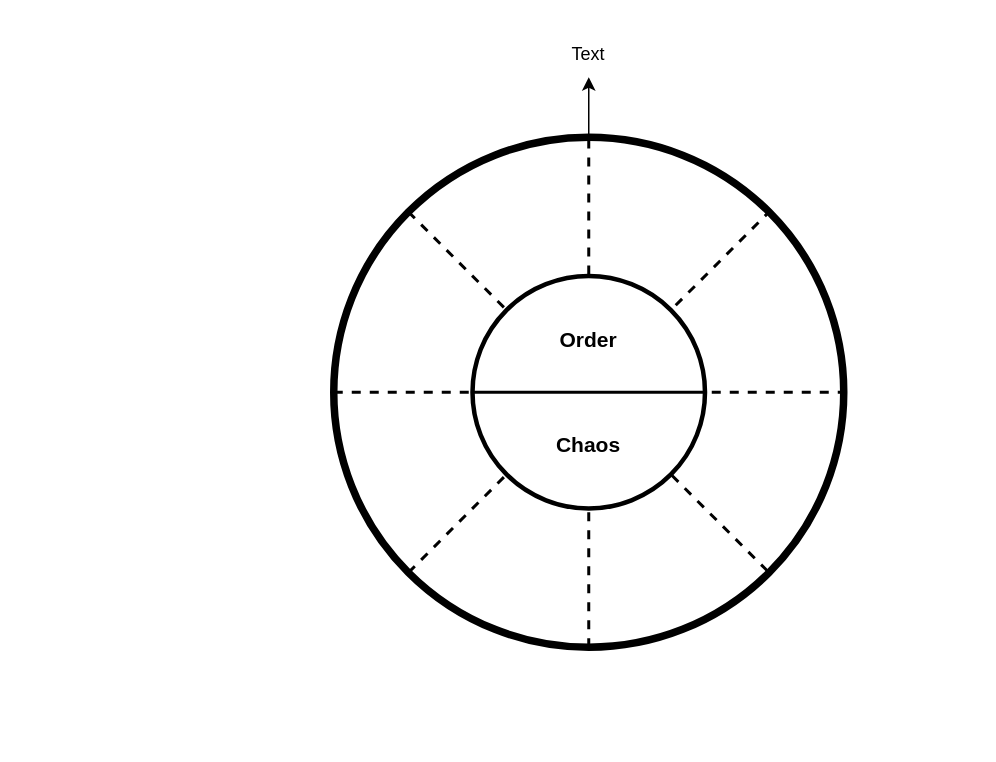
The draw.io diagram story.drawio in owenlim225/Flowcharts, before the edit. Source tidied: cells renumbered, new cells numbered last; positions are measured from the earlier drawing's top-left corner, leaving out a move shared by most shapes. Both pictures are drawn from the tidied source at 150%, with x=0, y=0 at pixel (333, 32).
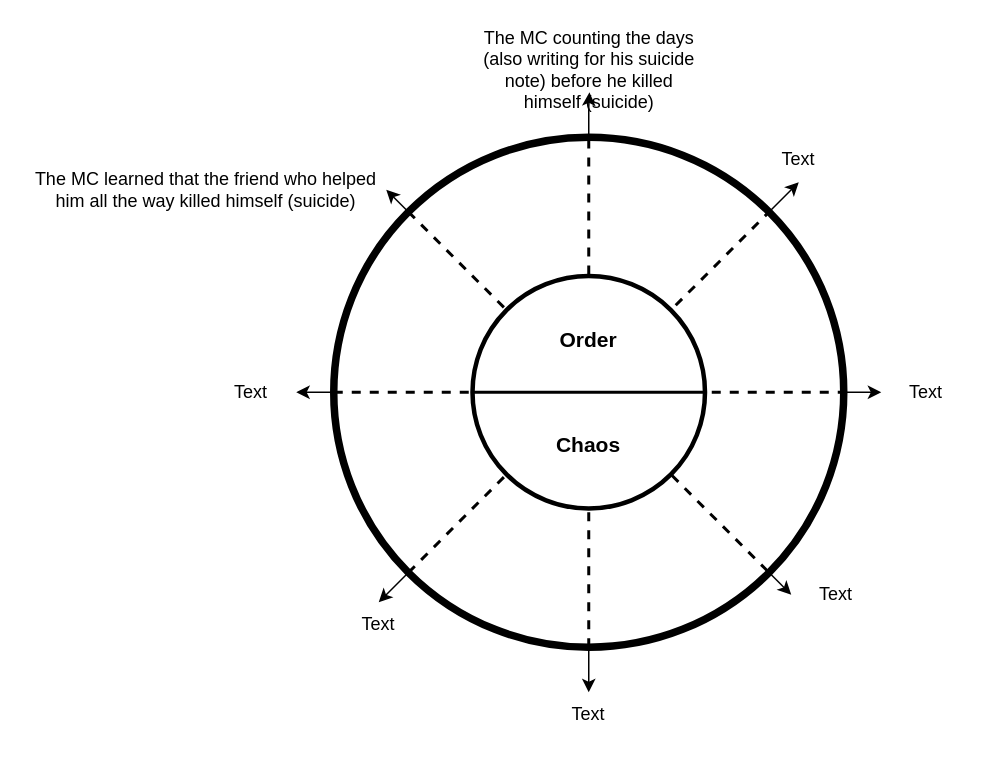
The same diagram, later.

The change refers to these unchanged cells:
```xml
<mxCell id="2" style="ellipse;whiteSpace=wrap;html=1;strokeWidth=5;" parent="1" vertex="1">
  <mxGeometry y="70" width="340" height="340" as="geometry" />
</mxCell>
```

The edit, as a diff of the source:
```diff
@@
+    <mxCell id="14" style="edgeStyle=orthogonalEdgeStyle;rounded=0;jettySize=auto;html=1;entryX=0.5;entryY=1;entryDx=0;entryDy=0;" parent="1" edge="1" source="2" target="13">
+      <mxGeometry relative="1" as="geometry" />
+    </mxCell>
@@
+    <mxCell id="15" value="Text" style="text;html=1;strokeColor=none;fillColor=none;align=center;verticalAlign=middle;whiteSpace=wrap;rounded=0;" parent="1" vertex="1">
+      <mxGeometry x="280" y="70" width="60" height="30" as="geometry" />
+    </mxCell>
-    <mxCell id="13" value="Text" style="text;html=1;strokeColor=none;fillColor=none;align=center;verticalAlign=middle;whiteSpace=wrap;rounded=0;" parent="1" vertex="1">
-      <mxGeometry x="140" width="60" height="30" as="geometry" />
+    <mxCell id="13" value="The MC counting the days (also writing for his suicide note) before he killed himself (suicide)" style="text;html=1;strokeColor=none;fillColor=none;align=center;verticalAlign=middle;whiteSpace=wrap;rounded=0;" parent="1" vertex="1">
+      <mxGeometry x="93" y="10" width="155" height="30" as="geometry" />
     </mxCell>
-    <mxCell id="14" style="endArrow=classic;html=1;rounded=0;entryX=0.5;entryY=1;entryDx=0;entryDy=0;exitX=0.5;exitY=0;exitDx=0;exitDy=0;" parent="1" edge="1" source="2" target="13">
-      <mxGeometry relative="1" as="geometry">
-        <Array as="points">
-          <mxPoint x="170" y="40" />
-        </Array>
-      </mxGeometry>
-    </mxCell>
+    <mxCell id="16" style="endArrow=classic;html=1;rounded=0;entryX=0.5;entryY=1;entryDx=0;entryDy=0;exitX=1;exitY=0;exitDx=0;exitDy=0;" parent="1" edge="1" source="2" target="15">
+      <mxGeometry relative="1" as="geometry" />
+    </mxCell>
+    <mxCell id="17" value="Text" style="text;html=1;strokeColor=none;fillColor=none;align=center;verticalAlign=middle;whiteSpace=wrap;rounded=0;" parent="1" vertex="1">
+      <mxGeometry x="365" y="225" width="60" height="30" as="geometry" />
+    </mxCell>
+    <mxCell id="18" style="endArrow=classic;html=1;rounded=0;entryX=0;entryY=0.5;entryDx=0;entryDy=0;exitX=1;exitY=0.5;exitDx=0;exitDy=0;" parent="1" edge="1" source="2" target="17">
+      <mxGeometry relative="1" as="geometry" />
+    </mxCell>
+    <mxCell id="19" value="Text" style="text;html=1;strokeColor=none;fillColor=none;align=center;verticalAlign=middle;whiteSpace=wrap;rounded=0;" parent="1" vertex="1">
+      <mxGeometry x="305" y="360" width="60" height="30" as="geometry" />
+    </mxCell>
+    <mxCell id="20" style="endArrow=classic;html=1;rounded=0;entryX=0;entryY=0.5;entryDx=0;entryDy=0;exitX=1;exitY=1;exitDx=0;exitDy=0;" parent="1" edge="1" source="2" target="19">
+      <mxGeometry relative="1" as="geometry" />
+    </mxCell>
+    <mxCell id="21" value="Text" style="text;html=1;strokeColor=none;fillColor=none;align=center;verticalAlign=middle;whiteSpace=wrap;rounded=0;" parent="1" vertex="1">
+      <mxGeometry x="140" y="440" width="60" height="30" as="geometry" />
+    </mxCell>
+    <mxCell id="22" style="endArrow=classic;html=1;rounded=0;entryX=0.5;entryY=0;entryDx=0;entryDy=0;exitX=0.5;exitY=1;exitDx=0;exitDy=0;" parent="1" edge="1" source="2" target="21">
+      <mxGeometry relative="1" as="geometry" />
+    </mxCell>
+    <mxCell id="23" value="Text" style="text;html=1;strokeColor=none;fillColor=none;align=center;verticalAlign=middle;whiteSpace=wrap;rounded=0;" parent="1" vertex="1">
+      <mxGeometry y="380" width="60" height="30" as="geometry" />
+    </mxCell>
+    <mxCell id="24" style="endArrow=classic;html=1;rounded=0;entryX=0.5;entryY=0;entryDx=0;entryDy=0;exitX=0;exitY=1;exitDx=0;exitDy=0;" parent="1" edge="1" source="2" target="23">
+      <mxGeometry relative="1" as="geometry" />
+    </mxCell>
+    <mxCell id="25" value="Text" style="text;html=1;strokeColor=none;fillColor=none;align=center;verticalAlign=middle;whiteSpace=wrap;rounded=0;" parent="1" vertex="1">
+      <mxGeometry x="-85" y="225" width="60" height="30" as="geometry" />
+    </mxCell>
+    <mxCell id="26" style="endArrow=classic;html=1;rounded=0;entryX=1;entryY=0.5;entryDx=0;entryDy=0;exitX=0;exitY=0.5;exitDx=0;exitDy=0;" parent="1" edge="1" source="2" target="25">
+      <mxGeometry relative="1" as="geometry" />
+    </mxCell>
+    <mxCell id="27" value="The MC learned that the friend who helped him all the way killed himself (suicide)" style="text;html=1;strokeColor=none;fillColor=none;align=center;verticalAlign=middle;whiteSpace=wrap;rounded=0;" parent="1" vertex="1">
+      <mxGeometry x="-205" y="90" width="240" height="30" as="geometry" />
+    </mxCell>
+    <mxCell id="28" style="endArrow=classic;html=1;rounded=0;entryX=1;entryY=0.5;entryDx=0;entryDy=0;exitX=0;exitY=0;exitDx=0;exitDy=0;" parent="1" edge="1" source="2" target="27">
+      <mxGeometry relative="1" as="geometry" />
+    </mxCell>
```
